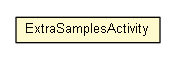
This is javadocs/OpenStreetMapViewer/release/org/osmdroid/ExtraSamplesActivity.png from osmdroid/osmdroid, a Graphviz export, as it was before one commit. Its source is kept beside it as javadocs/OpenStreetMapViewer/release/org/osmdroid/ExtraSamplesActivity.dot. The source it was exported from:
```dot

digraph G {
	edge [fontname="arial",fontsize=10,labelfontname="arial",labelfontsize=10];
	node [fontname="arial",fontsize=10,shape=plaintext];
	nodesep=0.25;
	ranksep=0.5;
	c2355 [label=<<table title="org.osmdroid.ExtraSamplesActivity" border="0" cellborder="1" cellspacing="0" cellpadding="2" port="p" bgcolor="lemonChiffon" href="./ExtraSamplesActivity.html">
		<tr><td><table border="0" cellspacing="0" cellpadding="1">
<tr><td align="center" balign="center"> ExtraSamplesActivity </td></tr>
		</table></td></tr>
		</table>>, URL="./ExtraSamplesActivity.html", fontname="arial", fontcolor="black", fontsize=10.0];
}
```
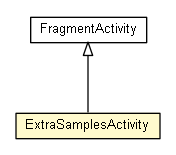
After the commit.

Diff of the diagram source:
```diff
@@ -9,4 +9,10 @@
 <tr><td align="center" balign="center"> ExtraSamplesActivity </td></tr>
 		</table></td></tr>
 		</table>>, URL="./ExtraSamplesActivity.html", fontname="arial", fontcolor="black", fontsize=10.0];
+	c2426:p -> c2355:p [dir=back,arrowtail=empty];
+	c2426 [label=<<table title="android.support.v4.app.FragmentActivity" border="0" cellborder="1" cellspacing="0" cellpadding="2" port="p" href="http://java.sun.com/j2se/1.4.2/docs/api/android/support/v4/app/FragmentActivity.html">
+		<tr><td><table border="0" cellspacing="0" cellpadding="1">
+<tr><td align="center" balign="center"> FragmentActivity </td></tr>
+		</table></td></tr>
+		</table>>, URL="http://java.sun.com/j2se/1.4.2/docs/api/android/support/v4/app/FragmentActivity.html", fontname="arial", fontcolor="black", fontsize=10.0];
 }
```
